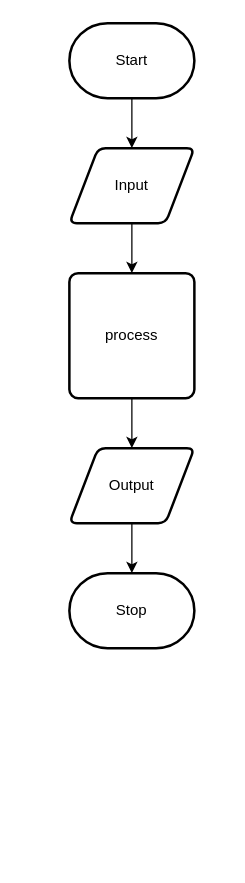
Liya-Getachew/ICS2O-Unit3-02-JS keeps this draw.io diagram as design/flow-chart.drawio. Above is the earlier version. Source tidied: cells renumbered, new cells numbered last; positions are measured from the earlier drawing's top-left corner, leaving out a move shared by most shapes. Both pictures are drawn from the tidied source at 125%, with x=0, y=0 at pixel (69, 22).
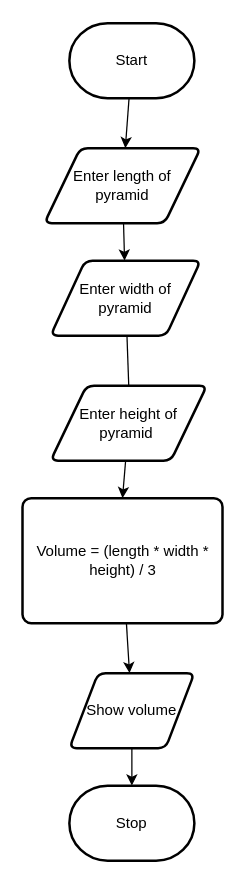
Above is the later version.

Commit message (it also covers changes not shown here):
storyboard and flowchart

Diff of the diagram source:
```diff
@@
 <mxGraphModel>
   <root>
     <mxCell id="0" />
     <mxCell id="1" parent="0" />
     <mxCell id="2" style="edgeStyle=none;html=1;" parent="1" edge="1" source="3" target="5">
       <mxGeometry relative="1" as="geometry" />
     </mxCell>
     <mxCell id="3" value="Start" style="strokeWidth=2;html=1;shape=mxgraph.flowchart.terminator;whiteSpace=wrap;" parent="1" vertex="1">
       <mxGeometry width="100" height="60" as="geometry" />
     </mxCell>
-    <mxCell id="4" style="edgeStyle=none;html=1;" parent="1" edge="1" source="5" target="7">
+    <mxCell id="4" style="edgeStyle=none;html=1;" parent="1" edge="1" source="5" target="12">
       <mxGeometry relative="1" as="geometry" />
     </mxCell>
-    <mxCell id="5" value="Input" style="shape=parallelogram;html=1;strokeWidth=2;perimeter=parallelogramPerimeter;whiteSpace=wrap;rounded=1;arcSize=12;size=0.23;" parent="1" vertex="1">
-      <mxGeometry y="100" width="100" height="60" as="geometry" />
+    <mxCell id="5" value="Enter length of pyramid" style="shape=parallelogram;html=1;strokeWidth=2;perimeter=parallelogramPerimeter;whiteSpace=wrap;rounded=1;arcSize=12;size=0.23;" parent="1" vertex="1">
+      <mxGeometry x="-20" y="100" width="125" height="60" as="geometry" />
     </mxCell>
     <mxCell id="6" style="edgeStyle=none;html=1;" parent="1" edge="1" source="7" target="9">
       <mxGeometry relative="1" as="geometry" />
     </mxCell>
-    <mxCell id="7" value="process" style="rounded=1;whiteSpace=wrap;html=1;absoluteArcSize=1;arcSize=14;strokeWidth=2;" parent="1" vertex="1">
-      <mxGeometry y="200" width="100" height="100" as="geometry" />
+    <mxCell id="7" value="Volume = (length * width * height) / 3" style="rounded=1;whiteSpace=wrap;html=1;absoluteArcSize=1;arcSize=14;strokeWidth=2;" parent="1" vertex="1">
+      <mxGeometry x="-37.5" y="380" width="160" height="100" as="geometry" />
     </mxCell>
     <mxCell id="8" style="edgeStyle=none;html=1;" parent="1" edge="1" source="9" target="10">
       <mxGeometry relative="1" as="geometry" />
     </mxCell>
-    <mxCell id="9" value="Output" style="shape=parallelogram;html=1;strokeWidth=2;perimeter=parallelogramPerimeter;whiteSpace=wrap;rounded=1;arcSize=12;size=0.23;" parent="1" vertex="1">
-      <mxGeometry y="340" width="100" height="60" as="geometry" />
+    <mxCell id="9" value="Show volume" style="shape=parallelogram;html=1;strokeWidth=2;perimeter=parallelogramPerimeter;whiteSpace=wrap;rounded=1;arcSize=12;size=0.23;" parent="1" vertex="1">
+      <mxGeometry y="520" width="100" height="60" as="geometry" />
     </mxCell>
     <mxCell id="10" value="Stop" style="strokeWidth=2;html=1;shape=mxgraph.flowchart.terminator;whiteSpace=wrap;" parent="1" vertex="1">
-      <mxGeometry y="440" width="100" height="60" as="geometry" />
+      <mxGeometry y="610" width="100" height="60" as="geometry" />
     </mxCell>
+    <mxCell id="11" style="edgeStyle=none;html=1;entryX=0.5;entryY=0;entryDx=0;entryDy=0;startArrow=none;" parent="1" edge="1" source="13" target="7">
+      <mxGeometry relative="1" as="geometry" />
+    </mxCell>
+    <mxCell id="12" value="Enter width of pyramid" style="shape=parallelogram;html=1;strokeWidth=2;perimeter=parallelogramPerimeter;whiteSpace=wrap;rounded=1;arcSize=12;size=0.23;" parent="1" vertex="1">
+      <mxGeometry x="-15" y="190" width="120" height="60" as="geometry" />
+    </mxCell>
+    <mxCell id="13" value="Enter height of pyramid&amp;nbsp;" style="shape=parallelogram;html=1;strokeWidth=2;perimeter=parallelogramPerimeter;whiteSpace=wrap;rounded=1;arcSize=12;size=0.23;" parent="1" vertex="1">
+      <mxGeometry x="-15" y="290" width="125" height="60" as="geometry" />
+    </mxCell>
+    <mxCell id="14" style="edgeStyle=none;html=1;entryX=0.5;entryY=0;entryDx=0;entryDy=0;endArrow=none;" parent="1" edge="1" source="12" target="13">
+      <mxGeometry relative="1" as="geometry" />
+    </mxCell>
   </root>
 </mxGraphModel>
```
